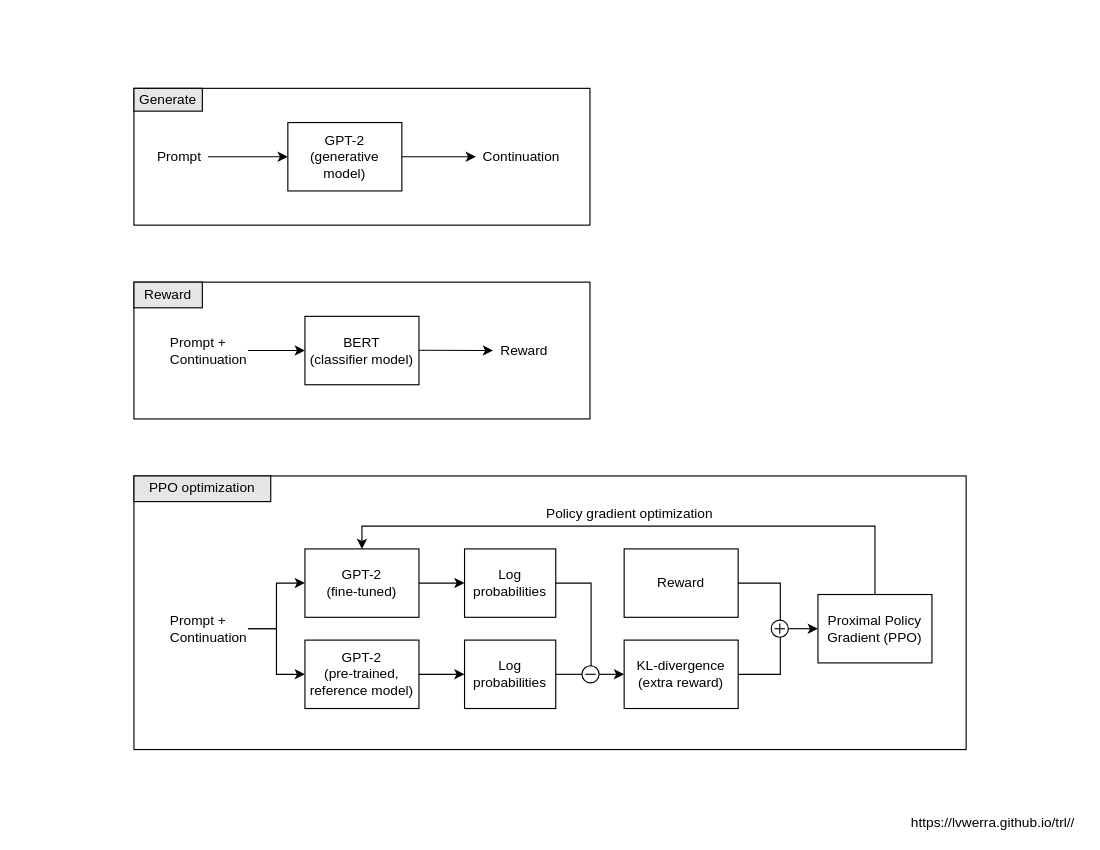
Earlier version of the draw.io diagram tapt.drawio (chrisliu298/tapt). Source tidied: cells renumbered, new cells numbered last; positions are measured from the earlier drawing's top-left corner, leaving out a move shared by most shapes. Both pictures are drawn from the tidied source at 114%, with x=0, y=0 at pixel (133, 88).
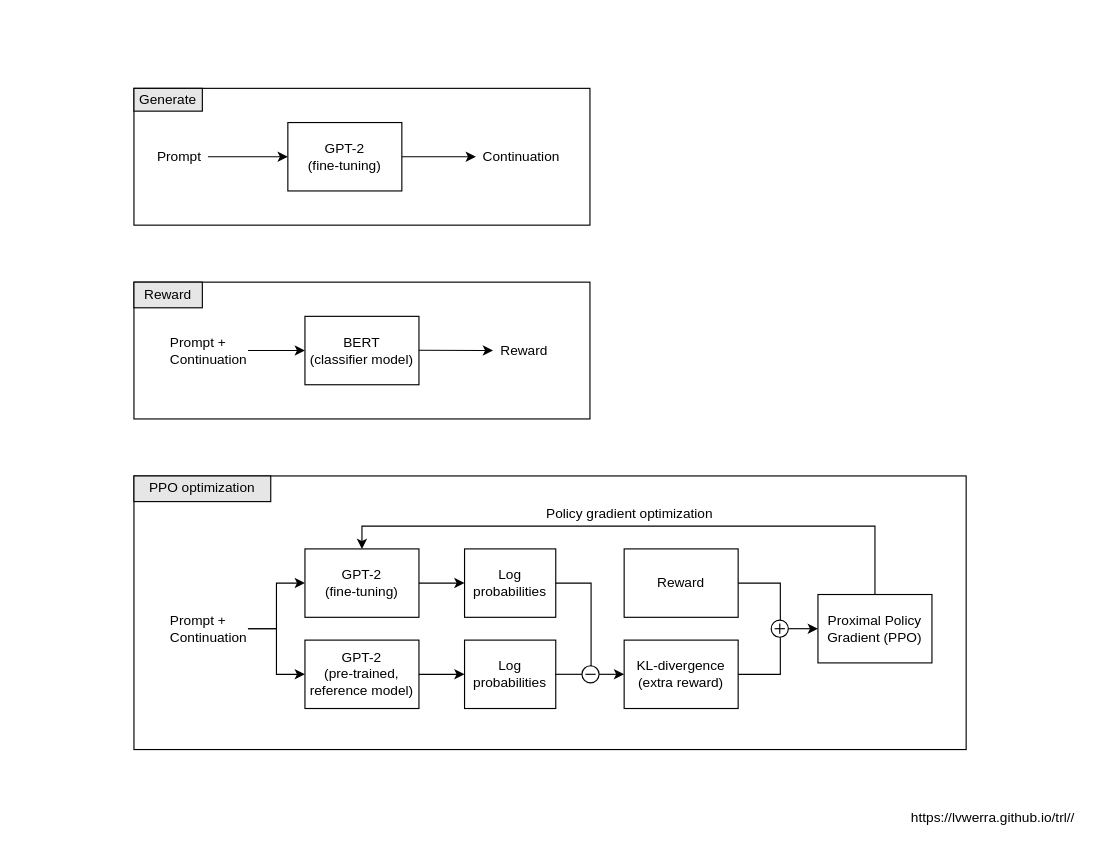
The same page after the edit.

Commit message (it also covers changes not shown here):
Add project steps and modify diagram

Change to the diagram source:
```diff
@@
-    <mxCell id="2" value="GPT-2&lt;br&gt;(generative model)" style="rounded=0;whiteSpace=wrap;html=1;fillColor=none;" parent="1" vertex="1">
+    <mxCell id="2" value="GPT-2&lt;br&gt;(fine-tuning)" style="rounded=0;whiteSpace=wrap;html=1;fillColor=none;" parent="1" vertex="1">
       <mxGeometry x="135" y="30" width="100" height="60" as="geometry" />
     </mxCell>
@@
-    <mxCell id="13" value="GPT-2&lt;br&gt;(fine-tuned)" style="rounded=0;whiteSpace=wrap;html=1;fillColor=none;" parent="1" vertex="1">
+    <mxCell id="13" value="GPT-2&lt;br&gt;(fine-tuning)" style="rounded=0;whiteSpace=wrap;html=1;fillColor=none;" parent="1" vertex="1">
       <mxGeometry x="150" y="404" width="100" height="60" as="geometry" />
     </mxCell>
@@
     <mxCell id="42" value="https://lvwerra.github.io/trl//" style="text;whiteSpace=wrap;html=1;" parent="1" vertex="1">
-      <mxGeometry x="680" y="630" width="150" height="20" as="geometry" />
+      <mxGeometry x="680" y="626" width="150" height="20" as="geometry" />
     </mxCell>
@@
+    <mxCell id="44" style="rounded=0;whiteSpace=wrap;html=1;fillColor=none;strokeColor=none;" parent="1" vertex="1">
+      <mxGeometry x="-100" y="-60" width="930" height="710" as="geometry" />
+    </mxCell>
```
